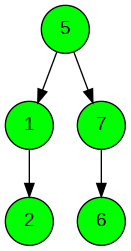
This is tree.png from Mihai1912/Tree-Map, a Graphviz export, as it was before one commit. Its source is kept beside it as tree.dot.
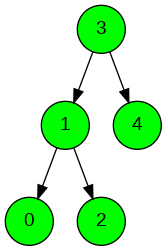
After the change.

Change to the diagram source:
```diff
@@ -1,7 +1,7 @@
 digraph BST {
     node [fontname="Arial", shape=circle, style=filled, fillcolor=green];
-    5 -> 1;
+    3 -> 1;
+    1 -> 0;
     1 -> 2;
-    5 -> 7;
-    7 -> 6;
+    3 -> 4;
 }
```
